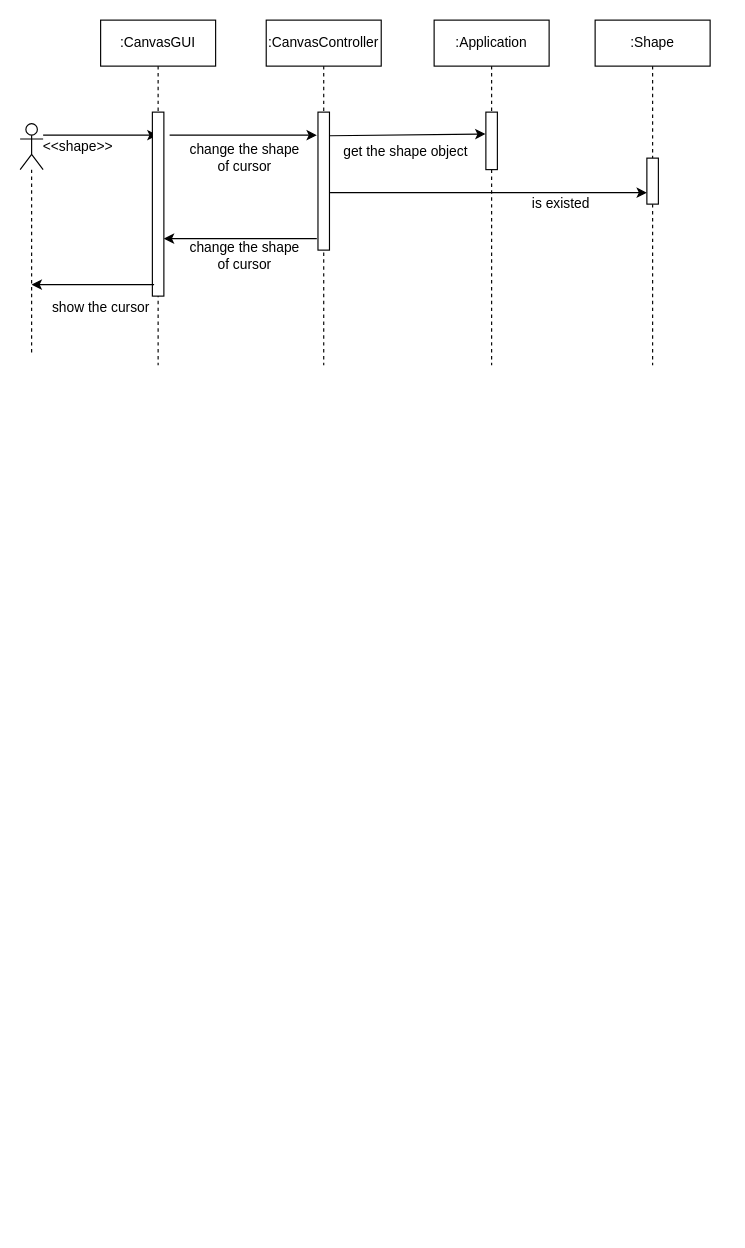
Earlier version of the draw.io diagram CSE5422/HW3.drawio (justxuewei/draw.io). Source tidied: cells renumbered, new cells numbered last; positions are measured from the earlier drawing's top-left corner, leaving out a move shared by most shapes. Both pictures are drawn from the tidied source at 115%, with x=0, y=0 at pixel (20, 20).
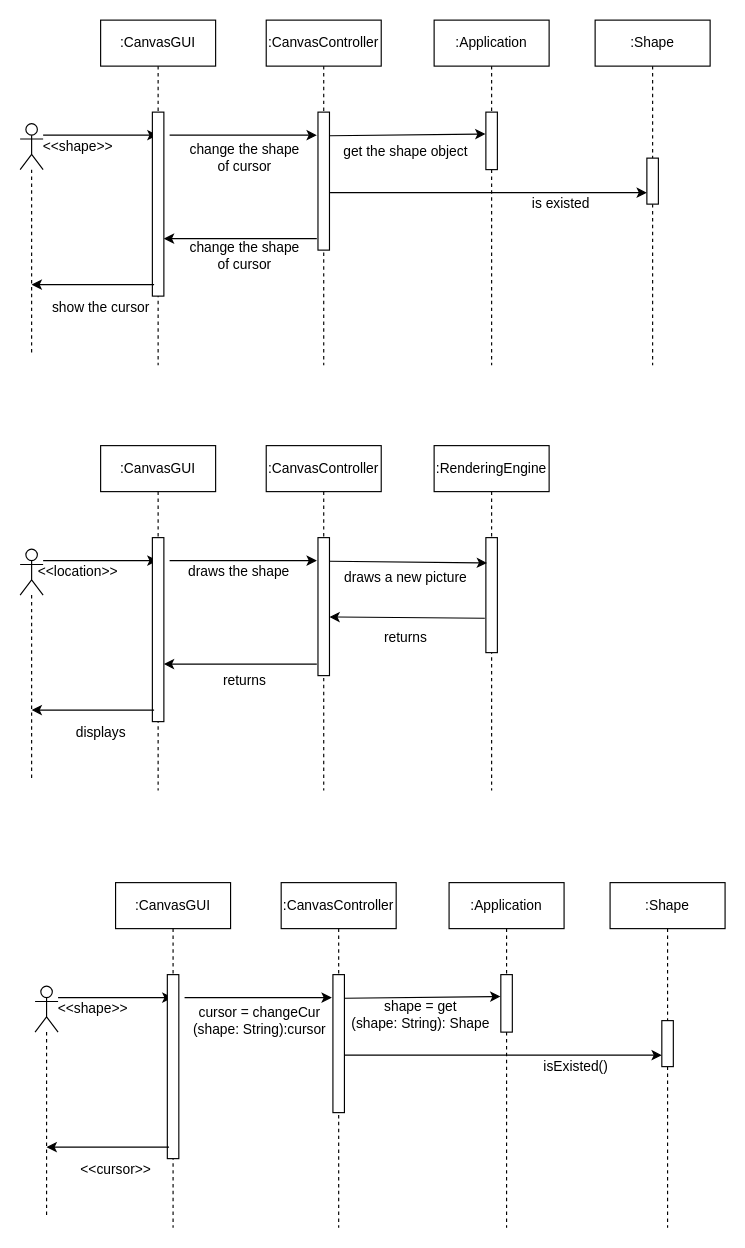
The same diagram, later.

The edit, as a diff of the source:
```diff
@@
+    <mxCell id="23" style="rounded=0;jettySize=auto;html=1;exitX=1;exitY=0.3333333333333333;exitDx=0;exitDy=0;exitPerimeter=0;" parent="1" edge="1" target="24">
+      <mxGeometry relative="1" as="geometry">
+        <mxPoint x="20" y="470" as="sourcePoint" />
+      </mxGeometry>
+    </mxCell>
+    <mxCell id="24" value=":CanvasGUI" style="shape=umlLifeline;perimeter=lifelinePerimeter;whiteSpace=wrap;html=1;outlineConnect=0;" parent="1" vertex="1">
+      <mxGeometry x="70" y="370" width="100" height="300" as="geometry" />
+    </mxCell>
+    <mxCell id="25" style="html=1;perimeter=orthogonalPerimeter;" parent="24" vertex="1">
+      <mxGeometry x="45" y="80" width="10" height="160" as="geometry" />
+    </mxCell>
+    <mxCell id="26" value="&amp;lt;&amp;lt;location&amp;gt;&amp;gt;" style="text;html=1;align=center;verticalAlign=middle;strokeColor=none;fillColor=none;" parent="1" vertex="1">
+      <mxGeometry x="10" y="470" width="80" height="20" as="geometry" />
+    </mxCell>
+    <mxCell id="27" value=":CanvasController" style="shape=umlLifeline;perimeter=lifelinePerimeter;whiteSpace=wrap;html=1;" parent="1" vertex="1">
+      <mxGeometry x="214" y="370" width="100" height="300" as="geometry" />
+    </mxCell>
+    <mxCell id="28" style="html=1;points=[];perimeter=orthogonalPerimeter;" parent="27" vertex="1">
+      <mxGeometry x="45" y="80" width="10" height="120" as="geometry" />
+    </mxCell>
+    <mxCell id="29" style="rounded=0;jettySize=auto;html=1;exitX=1;exitY=0.3333333333333333;exitDx=0;exitDy=0;exitPerimeter=0;entryX=-0.1;entryY=0.917;entryDx=0;entryDy=0;entryPerimeter=0;startArrow=classic;startFill=1;endArrow=none;endFill=0;" parent="27" edge="1" target="28">
+      <mxGeometry relative="1" as="geometry">
+        <mxPoint x="-89" y="190" as="sourcePoint" />
+      </mxGeometry>
+    </mxCell>
+    <mxCell id="30" style="rounded=0;orthogonalLoop=1;jettySize=auto;html=1;exitX=1;exitY=0.3333333333333333;exitDx=0;exitDy=0;exitPerimeter=0;" parent="1" edge="1">
+      <mxGeometry relative="1" as="geometry">
+        <mxPoint x="130" y="470" as="sourcePoint" />
+        <mxPoint x="258" y="470" as="targetPoint" />
+      </mxGeometry>
+    </mxCell>
+    <mxCell id="31" value="draws the shape" style="text;html=1;align=center;verticalAlign=middle;strokeColor=none;fillColor=none;" parent="1" vertex="1">
+      <mxGeometry x="140" y="470" width="100" height="20" as="geometry" />
+    </mxCell>
+    <mxCell id="32" value=":RenderingEngine" style="shape=umlLifeline;perimeter=lifelinePerimeter;whiteSpace=wrap;html=1;" parent="1" vertex="1">
+      <mxGeometry x="360" y="370" width="100" height="300" as="geometry" />
+    </mxCell>
+    <mxCell id="33" style="html=1;points=[];perimeter=orthogonalPerimeter;" parent="32" vertex="1">
+      <mxGeometry x="45" y="80" width="10" height="100" as="geometry" />
+    </mxCell>
+    <mxCell id="34" style="rounded=0;jettySize=auto;html=1;exitX=1.037;exitY=0.171;exitDx=0;exitDy=0;exitPerimeter=0;entryX=0.1;entryY=0.22;entryDx=0;entryDy=0;entryPerimeter=0;" parent="1" edge="1" source="28" target="33">
+      <mxGeometry relative="1" as="geometry" />
+    </mxCell>
+    <mxCell id="35" value="draws a new picture" style="text;html=1;align=center;verticalAlign=middle;strokeColor=none;fillColor=none;" parent="1" vertex="1">
+      <mxGeometry x="275" y="475" width="120" height="20" as="geometry" />
+    </mxCell>
+    <mxCell id="36" style="shape=umlLifeline;participant=umlActor;perimeter=lifelinePerimeter;whiteSpace=wrap;html=1;verticalAlign=top;spacingTop=36;" parent="1" vertex="1">
+      <mxGeometry y="460" width="20" height="200" as="geometry" />
+    </mxCell>
+    <mxCell id="37" style="rounded=0;orthogonalLoop=1;jettySize=auto;html=1;entryX=-0.1;entryY=0.917;entryDx=0;entryDy=0;entryPerimeter=0;startArrow=classic;startFill=1;endArrow=none;endFill=0;" parent="1" edge="1">
+      <mxGeometry relative="1" as="geometry">
+        <mxPoint x="10" y="600" as="sourcePoint" />
+        <mxPoint x="116.5" y="600" as="targetPoint" />
+      </mxGeometry>
+    </mxCell>
+    <mxCell id="38" value="returns" style="text;html=1;align=center;verticalAlign=middle;strokeColor=none;fillColor=none;" parent="1" vertex="1">
+      <mxGeometry x="170" y="565" width="50" height="20" as="geometry" />
+    </mxCell>
+    <mxCell id="39" value="displays" style="text;html=1;align=center;verticalAlign=middle;strokeColor=none;fillColor=none;" parent="1" vertex="1">
+      <mxGeometry x="40" y="610" width="60" height="20" as="geometry" />
+    </mxCell>
+    <mxCell id="40" style="rounded=0;jettySize=auto;html=1;exitX=1;exitY=0.575;exitDx=0;exitDy=0;exitPerimeter=0;startArrow=classic;startFill=1;endArrow=none;endFill=0;entryX=-0.092;entryY=0.701;entryDx=0;entryDy=0;entryPerimeter=0;" parent="1" edge="1" source="28" target="33">
+      <mxGeometry relative="1" as="geometry" />
+    </mxCell>
+    <mxCell id="41" value="returns" style="text;html=1;align=center;verticalAlign=middle;strokeColor=none;fillColor=none;" parent="1" vertex="1">
+      <mxGeometry x="310" y="527" width="50" height="20" as="geometry" />
+    </mxCell>
+    <mxCell id="42" style="rounded=0;jettySize=auto;html=1;exitX=1;exitY=0.3333333333333333;exitDx=0;exitDy=0;exitPerimeter=0;" parent="1" edge="1" target="43">
+      <mxGeometry relative="1" as="geometry">
+        <mxPoint x="33" y="850" as="sourcePoint" />
+      </mxGeometry>
+    </mxCell>
+    <mxCell id="43" value=":CanvasGUI" style="shape=umlLifeline;perimeter=lifelinePerimeter;whiteSpace=wrap;html=1;outlineConnect=0;" parent="1" vertex="1">
+      <mxGeometry x="83" y="750" width="100" height="300" as="geometry" />
+    </mxCell>
+    <mxCell id="44" style="html=1;perimeter=orthogonalPerimeter;" parent="43" vertex="1">
+      <mxGeometry x="45" y="80" width="10" height="160" as="geometry" />
+    </mxCell>
+    <mxCell id="45" value="&amp;lt;&amp;lt;shape&amp;gt;&amp;gt;" style="text;html=1;align=center;verticalAlign=middle;strokeColor=none;fillColor=none;" parent="1" vertex="1">
+      <mxGeometry x="23" y="850" width="80" height="20" as="geometry" />
+    </mxCell>
+    <mxCell id="46" value=":CanvasController" style="shape=umlLifeline;perimeter=lifelinePerimeter;whiteSpace=wrap;html=1;" parent="1" vertex="1">
+      <mxGeometry x="227" y="750" width="100" height="300" as="geometry" />
+    </mxCell>
+    <mxCell id="47" style="html=1;points=[];perimeter=orthogonalPerimeter;" parent="46" vertex="1">
+      <mxGeometry x="45" y="80" width="10" height="120" as="geometry" />
+    </mxCell>
+    <mxCell id="48" style="rounded=0;orthogonalLoop=1;jettySize=auto;html=1;exitX=1;exitY=0.3333333333333333;exitDx=0;exitDy=0;exitPerimeter=0;" parent="1" edge="1">
+      <mxGeometry relative="1" as="geometry">
+        <mxPoint x="143" y="850" as="sourcePoint" />
+        <mxPoint x="271" y="850" as="targetPoint" />
+      </mxGeometry>
+    </mxCell>
+    <mxCell id="49" value="cursor = changeCur&lt;br&gt;(shape: String):cursor" style="text;html=1;align=center;verticalAlign=middle;strokeColor=none;fillColor=none;" parent="1" vertex="1">
+      <mxGeometry x="143" y="855" width="130" height="30" as="geometry" />
+    </mxCell>
+    <mxCell id="50" value=":Application" style="shape=umlLifeline;perimeter=lifelinePerimeter;whiteSpace=wrap;html=1;" parent="1" vertex="1">
+      <mxGeometry x="373" y="750" width="100" height="300" as="geometry" />
+    </mxCell>
+    <mxCell id="51" style="html=1;points=[];perimeter=orthogonalPerimeter;" parent="50" vertex="1">
+      <mxGeometry x="45" y="80" width="10" height="50" as="geometry" />
+    </mxCell>
+    <mxCell id="52" style="rounded=0;jettySize=auto;html=1;exitX=1.014;exitY=0.245;exitDx=0;exitDy=0;exitPerimeter=0;" parent="50" edge="1" target="54">
+      <mxGeometry relative="1" as="geometry">
+        <mxPoint x="-90.5" y="150" as="sourcePoint" />
+      </mxGeometry>
+    </mxCell>
+    <mxCell id="53" value=":Shape" style="shape=umlLifeline;perimeter=lifelinePerimeter;whiteSpace=wrap;html=1;" parent="1" vertex="1">
+      <mxGeometry x="513" y="750" width="100" height="300" as="geometry" />
+    </mxCell>
+    <mxCell id="54" style="html=1;points=[];perimeter=orthogonalPerimeter;" parent="53" vertex="1">
+      <mxGeometry x="45" y="120" width="10" height="40" as="geometry" />
+    </mxCell>
+    <mxCell id="55" style="rounded=0;jettySize=auto;html=1;exitX=1.037;exitY=0.171;exitDx=0;exitDy=0;exitPerimeter=0;entryX=-0.032;entryY=0.381;entryDx=0;entryDy=0;entryPerimeter=0;" parent="1" edge="1" source="47" target="51">
+      <mxGeometry relative="1" as="geometry" />
+    </mxCell>
+    <mxCell id="56" value="shape = get&lt;br&gt;(shape: String): Shape" style="text;html=1;align=center;verticalAlign=middle;strokeColor=none;fillColor=none;" parent="1" vertex="1">
+      <mxGeometry x="278" y="850" width="140" height="30" as="geometry" />
+    </mxCell>
+    <mxCell id="57" value="isExisted()" style="text;html=1;align=center;verticalAlign=middle;strokeColor=none;fillColor=none;" parent="1" vertex="1">
+      <mxGeometry x="448" y="900" width="70" height="20" as="geometry" />
+    </mxCell>
+    <mxCell id="58" style="shape=umlLifeline;participant=umlActor;perimeter=lifelinePerimeter;whiteSpace=wrap;html=1;verticalAlign=top;spacingTop=36;" parent="1" vertex="1">
+      <mxGeometry x="13" y="840" width="20" height="200" as="geometry" />
+    </mxCell>
+    <mxCell id="59" style="rounded=0;orthogonalLoop=1;jettySize=auto;html=1;entryX=-0.1;entryY=0.917;entryDx=0;entryDy=0;entryPerimeter=0;startArrow=classic;startFill=1;endArrow=none;endFill=0;" parent="1" edge="1">
+      <mxGeometry relative="1" as="geometry">
+        <mxPoint x="23" y="980" as="sourcePoint" />
+        <mxPoint x="129.5" y="980" as="targetPoint" />
+      </mxGeometry>
+    </mxCell>
+    <mxCell id="60" value="&amp;lt;&amp;lt;cursor&amp;gt;&amp;gt;" style="text;html=1;align=center;verticalAlign=middle;strokeColor=none;fillColor=none;" parent="1" vertex="1">
+      <mxGeometry x="43" y="990" width="80" height="20" as="geometry" />
+    </mxCell>
```
